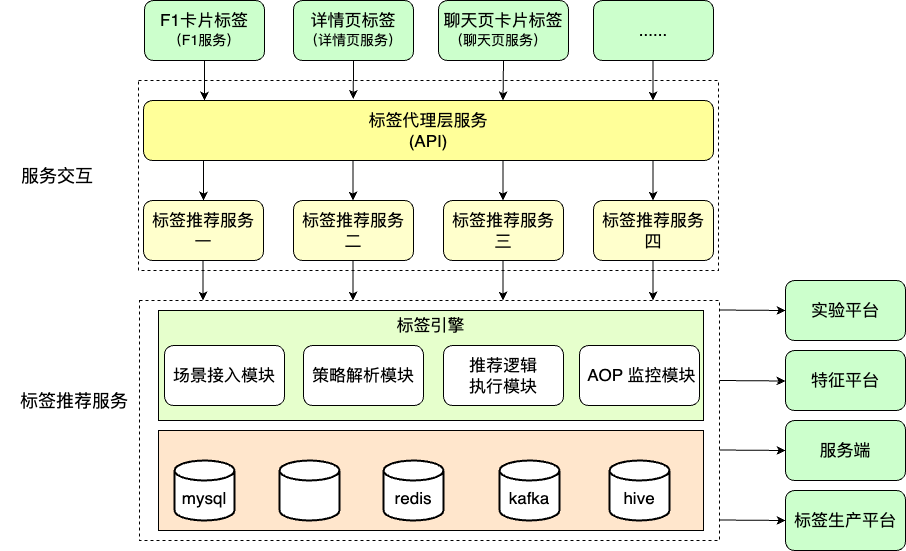
This is work-draw-file/标签平台架构图.png from liujunao/draw-data, a draw.io export, as it was before one commit. Source tidied: cells renumbered, new cells last; positions are measured from the earlier drawing's top-left corner, leaving out a move shared by most shapes.
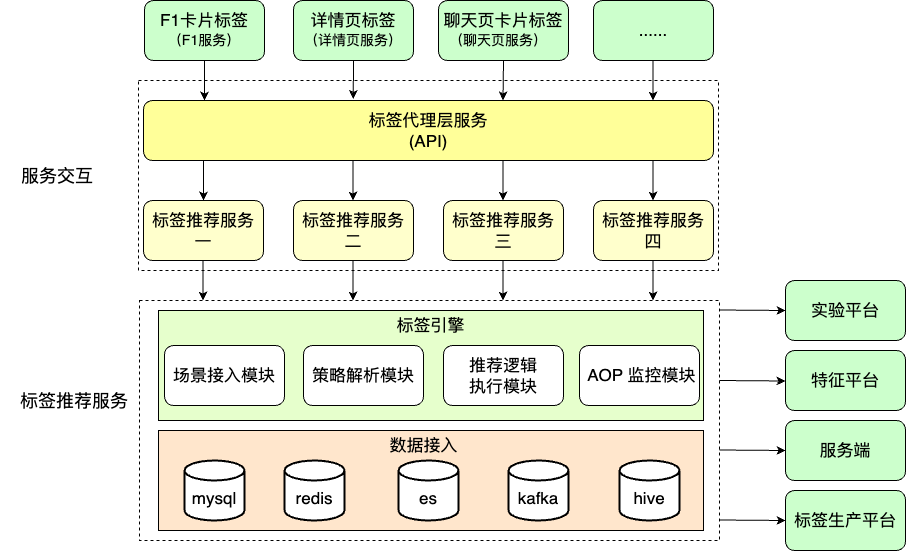
The same diagram one commit later.

Commit message:
更新标签平台架构图.png

Change to the diagram source:
```diff
@@ -54,25 +54,22 @@
       <mxGeometry x="785" y="350" width="120" height="60" as="geometry" />
     </mxCell>
     <mxCell id="19" value="&lt;br&gt;&lt;font size=&quot;3&quot;&gt;mysql&lt;/font&gt;" style="strokeWidth=2;html=1;shape=mxgraph.flowchart.database;whiteSpace=wrap;" parent="1" vertex="1">
-      <mxGeometry x="174" y="460" width="60" height="60" as="geometry" />
+      <mxGeometry x="184" y="460" width="60" height="60" as="geometry" />
     </mxCell>
     <mxCell id="20" value="&lt;br&gt;&lt;font size=&quot;3&quot;&gt;kafka&lt;/font&gt;" style="strokeWidth=2;html=1;shape=mxgraph.flowchart.database;whiteSpace=wrap;" parent="1" vertex="1">
-      <mxGeometry x="499" y="460" width="60" height="60" as="geometry" />
+      <mxGeometry x="508" y="460" width="60" height="60" as="geometry" />
     </mxCell>
     <mxCell id="21" value="&lt;font size=&quot;3&quot;&gt;标签生产平台&lt;/font&gt;" style="rounded=1;whiteSpace=wrap;html=1;fillColor=#CCFFCC;" parent="1" vertex="1">
       <mxGeometry x="785" y="490" width="120" height="60" as="geometry" />
     </mxCell>
-    <mxCell id="22" value="&lt;br&gt;" style="strokeWidth=2;html=1;shape=mxgraph.flowchart.database;whiteSpace=wrap;" parent="1" vertex="1">
-      <mxGeometry x="279" y="460" width="60" height="60" as="geometry" />
-    </mxCell>
     <mxCell id="23" value="&lt;br&gt;&lt;font size=&quot;3&quot;&gt;hive&lt;/font&gt;" style="strokeWidth=2;html=1;shape=mxgraph.flowchart.database;whiteSpace=wrap;" parent="1" vertex="1">
-      <mxGeometry x="609" y="460" width="60" height="60" as="geometry" />
+      <mxGeometry x="619" y="460" width="60" height="60" as="geometry" />
     </mxCell>
     <mxCell id="24" value="&lt;font size=&quot;3&quot;&gt;服务端&lt;/font&gt;" style="rounded=1;whiteSpace=wrap;html=1;fillColor=#CCFFCC;" parent="1" vertex="1">
       <mxGeometry x="785" y="420" width="120" height="60" as="geometry" />
     </mxCell>
     <mxCell id="25" value="&lt;br&gt;&lt;font size=&quot;3&quot;&gt;redis&lt;/font&gt;" style="strokeWidth=2;html=1;shape=mxgraph.flowchart.database;whiteSpace=wrap;" parent="1" vertex="1">
-      <mxGeometry x="383" y="460" width="60" height="60" as="geometry" />
+      <mxGeometry x="284" y="460" width="60" height="60" as="geometry" />
     </mxCell>
     <mxCell id="26" value="&lt;font size=&quot;3&quot;&gt;&amp;nbsp;AOP 监控模块&lt;/font&gt;" style="rounded=1;whiteSpace=wrap;html=1;" parent="1" vertex="1">
       <mxGeometry x="579" y="345" width="120" height="60" as="geometry" />
@@ -190,5 +187,11 @@
     <mxCell id="49" value="&lt;font style=&quot;font-size: 17px;&quot;&gt;标签引擎&lt;/font&gt;" style="text;html=1;strokeColor=none;fillColor=none;align=center;verticalAlign=middle;whiteSpace=wrap;rounded=0;" parent="1" vertex="1">
       <mxGeometry x="390" y="310" width="81" height="30" as="geometry" />
     </mxCell>
+    <mxCell id="50" value="&lt;font style=&quot;font-size: 17px;&quot;&gt;数据接入&lt;/font&gt;" style="text;html=1;strokeColor=none;fillColor=none;align=center;verticalAlign=middle;whiteSpace=wrap;rounded=0;" parent="1" vertex="1">
+      <mxGeometry x="383" y="430" width="81" height="30" as="geometry" />
+    </mxCell>
+    <mxCell id="51" value="&lt;br&gt;&lt;font size=&quot;3&quot;&gt;es&lt;/font&gt;" style="strokeWidth=2;html=1;shape=mxgraph.flowchart.database;whiteSpace=wrap;" parent="1" vertex="1">
+      <mxGeometry x="398" y="460" width="60" height="60" as="geometry" />
+    </mxCell>
   </root>
 </mxGraphModel>
```
